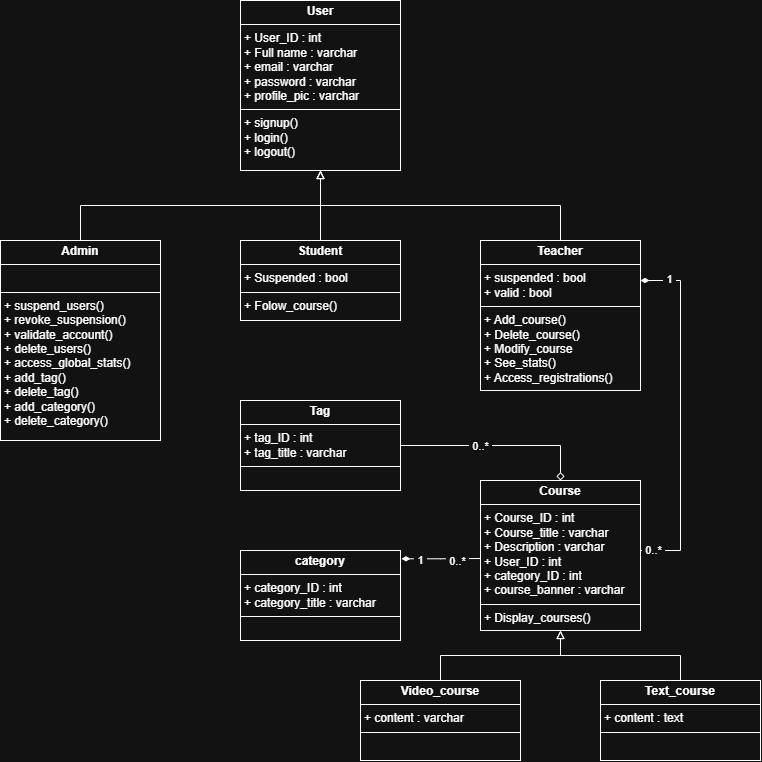
ahmedadlaoui/Youdemy keeps this draw.io diagram as UML.png. Above is the earlier version. Source tidied: cells renumbered, new cells last; positions are measured from the earlier drawing's top-left corner, leaving out a move shared by most shapes.
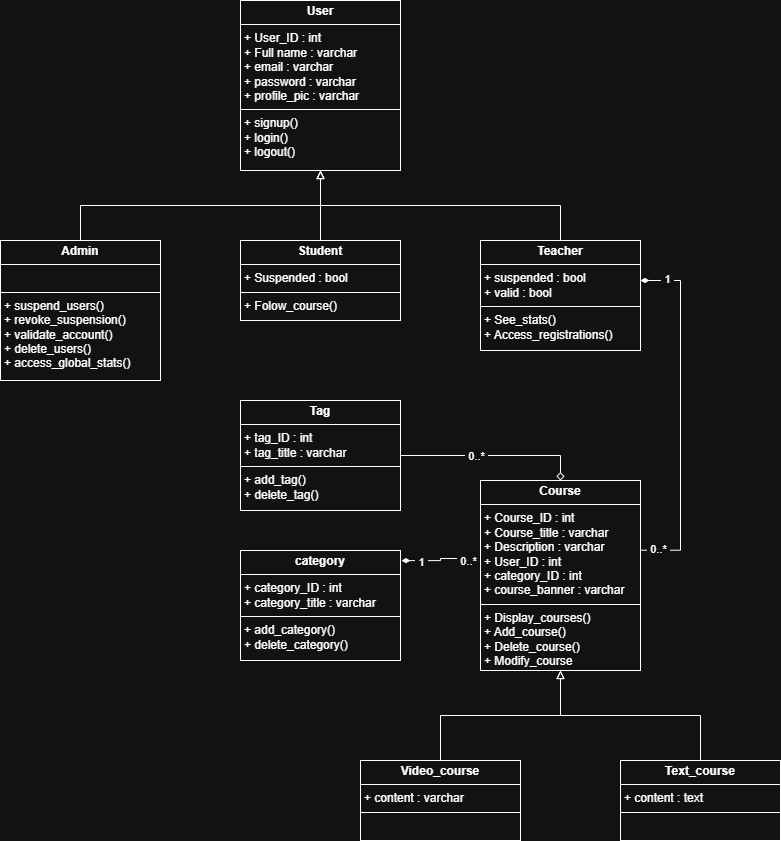
After the commit.

Diff of the diagram source:
```diff
@@ -5,8 +5,8 @@
     <mxCell id="2" style="edgeStyle=orthogonalEdgeStyle;rounded=0;jettySize=auto;html=1;exitX=0.5;exitY=0;exitDx=0;exitDy=0;entryX=0.5;entryY=1;entryDx=0;entryDy=0;endArrow=block;endFill=0;" parent="1" edge="1" source="3" target="16">
       <mxGeometry relative="1" as="geometry" />
     </mxCell>
-    <mxCell id="3" value="&lt;p style=&quot;margin:0px;margin-top:4px;text-align:center;&quot;&gt;&lt;b&gt;Teacher&lt;/b&gt;&lt;/p&gt;&lt;hr size=&quot;1&quot; style=&quot;border-style:solid;&quot;&gt;&lt;p style=&quot;margin:0px;margin-left:4px;&quot;&gt;+ suspended : bool&lt;/p&gt;&lt;p style=&quot;margin:0px;margin-left:4px;&quot;&gt;+ valid : bool&lt;/p&gt;&lt;hr size=&quot;1&quot; style=&quot;border-style:solid;&quot;&gt;&lt;p style=&quot;margin:0px;margin-left:4px;&quot;&gt;+ Add_course()&lt;/p&gt;&lt;p style=&quot;margin:0px;margin-left:4px;&quot;&gt;+ Delete_course()&lt;/p&gt;&lt;p style=&quot;margin:0px;margin-left:4px;&quot;&gt;+ Modify_course&lt;/p&gt;&lt;p style=&quot;margin:0px;margin-left:4px;&quot;&gt;+ See_stats()&lt;/p&gt;&lt;p style=&quot;margin:0px;margin-left:4px;&quot;&gt;+&amp;nbsp;Access_registrations()&lt;/p&gt;" style="verticalAlign=top;align=left;overflow=fill;html=1;whiteSpace=wrap;" parent="1" vertex="1">
-      <mxGeometry x="480" y="240" width="160" height="150" as="geometry" />
+    <mxCell id="3" value="&lt;p style=&quot;margin:0px;margin-top:4px;text-align:center;&quot;&gt;&lt;b&gt;Teacher&lt;/b&gt;&lt;/p&gt;&lt;hr size=&quot;1&quot; style=&quot;border-style:solid;&quot;&gt;&lt;p style=&quot;margin:0px;margin-left:4px;&quot;&gt;+ suspended : bool&lt;/p&gt;&lt;p style=&quot;margin:0px;margin-left:4px;&quot;&gt;+ valid : bool&lt;/p&gt;&lt;hr size=&quot;1&quot; style=&quot;border-style:solid;&quot;&gt;&lt;p style=&quot;margin:0px;margin-left:4px;&quot;&gt;&lt;span style=&quot;background-color: transparent; color: light-dark(rgb(0, 0, 0), rgb(255, 255, 255));&quot;&gt;+ See_stats()&lt;/span&gt;&lt;br&gt;&lt;/p&gt;&lt;p style=&quot;margin:0px;margin-left:4px;&quot;&gt;+&amp;nbsp;Access_registrations()&lt;/p&gt;" style="verticalAlign=top;align=left;overflow=fill;html=1;whiteSpace=wrap;" parent="1" vertex="1">
+      <mxGeometry x="480" y="240" width="160" height="110" as="geometry" />
     </mxCell>
     <mxCell id="4" style="edgeStyle=orthogonalEdgeStyle;rounded=0;jettySize=auto;html=1;exitX=0.5;exitY=0;exitDx=0;exitDy=0;endArrow=block;endFill=0;" parent="1" edge="1" source="5" target="16">
       <mxGeometry relative="1" as="geometry" />
@@ -17,16 +17,15 @@
     <mxCell id="6" style="edgeStyle=orthogonalEdgeStyle;rounded=0;jettySize=auto;html=1;exitX=0.5;exitY=0;exitDx=0;exitDy=0;entryX=0.5;entryY=1;entryDx=0;entryDy=0;endArrow=block;endFill=0;" parent="1" edge="1" source="7" target="16">
       <mxGeometry relative="1" as="geometry" />
     </mxCell>
-    <mxCell id="7" value="&lt;p style=&quot;margin:0px;margin-top:4px;text-align:center;&quot;&gt;&lt;b&gt;Admin&lt;/b&gt;&lt;/p&gt;&lt;hr size=&quot;1&quot; style=&quot;border-style:solid;&quot;&gt;&lt;p style=&quot;margin:0px;margin-left:4px;&quot;&gt;&lt;br&gt;&lt;/p&gt;&lt;hr size=&quot;1&quot; style=&quot;border-style:solid;&quot;&gt;&lt;p style=&quot;margin:0px;margin-left:4px;&quot;&gt;+ suspend_users()&lt;/p&gt;&lt;p style=&quot;margin:0px;margin-left:4px;&quot;&gt;+ revoke_suspension()&lt;/p&gt;&lt;p style=&quot;margin:0px;margin-left:4px;&quot;&gt;+ validate_account()&lt;/p&gt;&lt;p style=&quot;margin:0px;margin-left:4px;&quot;&gt;+ delete_users()&lt;/p&gt;&lt;p style=&quot;margin:0px;margin-left:4px;&quot;&gt;+ access_global_stats()&lt;/p&gt;&lt;p style=&quot;margin:0px;margin-left:4px;&quot;&gt;+ add_tag()&lt;/p&gt;&lt;p style=&quot;margin:0px;margin-left:4px;&quot;&gt;+ delete_tag()&lt;/p&gt;&lt;p style=&quot;margin:0px;margin-left:4px;&quot;&gt;+ add_category()&lt;/p&gt;&lt;p style=&quot;margin:0px;margin-left:4px;&quot;&gt;+ delete_category()&lt;/p&gt;&lt;p style=&quot;margin:0px;margin-left:4px;&quot;&gt;&lt;br&gt;&lt;/p&gt;" style="verticalAlign=top;align=left;overflow=fill;html=1;whiteSpace=wrap;" parent="1" vertex="1">
-      <mxGeometry y="240" width="160" height="200" as="geometry" />
+    <mxCell id="7" value="&lt;p style=&quot;margin:0px;margin-top:4px;text-align:center;&quot;&gt;&lt;b&gt;Admin&lt;/b&gt;&lt;/p&gt;&lt;hr size=&quot;1&quot; style=&quot;border-style:solid;&quot;&gt;&lt;p style=&quot;margin:0px;margin-left:4px;&quot;&gt;&lt;br&gt;&lt;/p&gt;&lt;hr size=&quot;1&quot; style=&quot;border-style:solid;&quot;&gt;&lt;p style=&quot;margin:0px;margin-left:4px;&quot;&gt;+ suspend_users()&lt;/p&gt;&lt;p style=&quot;margin:0px;margin-left:4px;&quot;&gt;+ revoke_suspension()&lt;/p&gt;&lt;p style=&quot;margin:0px;margin-left:4px;&quot;&gt;+ validate_account()&lt;/p&gt;&lt;p style=&quot;margin:0px;margin-left:4px;&quot;&gt;+ delete_users()&lt;/p&gt;&lt;p style=&quot;margin:0px;margin-left:4px;&quot;&gt;+ access_global_stats()&lt;/p&gt;&lt;p style=&quot;margin:0px;margin-left:4px;&quot;&gt;&lt;br&gt;&lt;/p&gt;" style="verticalAlign=top;align=left;overflow=fill;html=1;whiteSpace=wrap;" parent="1" vertex="1">
+      <mxGeometry y="240" width="160" height="140" as="geometry" />
     </mxCell>
-    <mxCell id="8" style="edgeStyle=orthogonalEdgeStyle;rounded=0;jettySize=auto;html=1;exitX=1;exitY=0.5;exitDx=0;exitDy=0;endArrow=diamondThin;endFill=1;" parent="1" edge="1" source="11">
+    <mxCell id="8" style="edgeStyle=orthogonalEdgeStyle;rounded=0;jettySize=auto;html=1;exitX=1.006;exitY=0.367;exitDx=0;exitDy=0;endArrow=diamondThin;endFill=1;exitPerimeter=0;" parent="1" edge="1" source="11">
       <mxGeometry relative="1" as="geometry">
         <mxPoint x="640" y="280" as="targetPoint" />
         <Array as="points">
           <mxPoint x="680" y="550" />
           <mxPoint x="680" y="280" />
-          <mxPoint x="640" y="280" />
         </Array>
       </mxGeometry>
     </mxCell>
@@ -36,8 +35,8 @@
     <mxCell id="10" value="&amp;nbsp;0..*&amp;nbsp;" style="edgeLabel;html=1;align=center;verticalAlign=middle;" parent="8" vertex="1">
       <mxGeometry x="-0.9" y="1" relative="1" as="geometry" />
     </mxCell>
-    <mxCell id="11" value="&lt;p style=&quot;margin:0px;margin-top:4px;text-align:center;&quot;&gt;&lt;b&gt;Course&lt;/b&gt;&lt;/p&gt;&lt;hr size=&quot;1&quot; style=&quot;border-style:solid;&quot;&gt;&lt;p style=&quot;margin:0px;margin-left:4px;&quot;&gt;+ Course_ID : int&lt;/p&gt;&lt;p style=&quot;margin:0px;margin-left:4px;&quot;&gt;+ Course_title : varchar&lt;/p&gt;&lt;p style=&quot;margin:0px;margin-left:4px;&quot;&gt;+ Description : varchar&lt;/p&gt;&lt;p style=&quot;margin:0px;margin-left:4px;&quot;&gt;+ User_ID : int&lt;/p&gt;&lt;p style=&quot;margin:0px;margin-left:4px;&quot;&gt;+ category_ID : int&lt;/p&gt;&lt;p style=&quot;margin:0px;margin-left:4px;&quot;&gt;+ course_banner : varchar&lt;/p&gt;&lt;hr size=&quot;1&quot; style=&quot;border-style:solid;&quot;&gt;&lt;p style=&quot;margin:0px;margin-left:4px;&quot;&gt;+ Display_courses()&lt;/p&gt;" style="verticalAlign=top;align=left;overflow=fill;html=1;whiteSpace=wrap;" parent="1" vertex="1">
-      <mxGeometry x="480" y="480" width="160" height="150" as="geometry" />
+    <mxCell id="11" value="&lt;p style=&quot;margin:0px;margin-top:4px;text-align:center;&quot;&gt;&lt;b&gt;Course&lt;/b&gt;&lt;/p&gt;&lt;hr size=&quot;1&quot; style=&quot;border-style:solid;&quot;&gt;&lt;p style=&quot;margin:0px;margin-left:4px;&quot;&gt;+ Course_ID : int&lt;/p&gt;&lt;p style=&quot;margin:0px;margin-left:4px;&quot;&gt;+ Course_title : varchar&lt;/p&gt;&lt;p style=&quot;margin:0px;margin-left:4px;&quot;&gt;+ Description : varchar&lt;/p&gt;&lt;p style=&quot;margin:0px;margin-left:4px;&quot;&gt;+ User_ID : int&lt;/p&gt;&lt;p style=&quot;margin:0px;margin-left:4px;&quot;&gt;+ category_ID : int&lt;/p&gt;&lt;p style=&quot;margin:0px;margin-left:4px;&quot;&gt;+ course_banner : varchar&lt;/p&gt;&lt;hr size=&quot;1&quot; style=&quot;border-style:solid;&quot;&gt;&lt;p style=&quot;margin:0px;margin-left:4px;&quot;&gt;+ Display_courses()&lt;/p&gt;&lt;p style=&quot;margin: 0px 0px 0px 4px;&quot;&gt;+ Add_course()&lt;/p&gt;&lt;p style=&quot;margin: 0px 0px 0px 4px;&quot;&gt;+ Delete_course()&lt;/p&gt;&lt;p style=&quot;margin: 0px 0px 0px 4px;&quot;&gt;+ Modify_course&lt;/p&gt;" style="verticalAlign=top;align=left;overflow=fill;html=1;whiteSpace=wrap;" parent="1" vertex="1">
+      <mxGeometry x="480" y="480" width="160" height="190" as="geometry" />
     </mxCell>
     <mxCell id="12" style="edgeStyle=orthogonalEdgeStyle;rounded=0;jettySize=auto;html=1;exitX=1.006;exitY=0.092;exitDx=0;exitDy=0;entryX=0;entryY=0.5;entryDx=0;entryDy=0;exitPerimeter=0;startArrow=diamondThin;startFill=1;endArrow=none;endFill=0;" parent="1" edge="1" source="15" target="11">
       <mxGeometry relative="1" as="geometry">
@@ -57,26 +56,26 @@
         <mxPoint x="-13" y="2" as="offset" />
       </mxGeometry>
     </mxCell>
-    <mxCell id="15" value="&lt;p style=&quot;margin:0px;margin-top:4px;text-align:center;&quot;&gt;&lt;b&gt;category&lt;/b&gt;&lt;/p&gt;&lt;hr size=&quot;1&quot; style=&quot;border-style:solid;&quot;&gt;&lt;p style=&quot;margin:0px;margin-left:4px;&quot;&gt;+ category_ID : int&lt;/p&gt;&lt;p style=&quot;margin:0px;margin-left:4px;&quot;&gt;+ category_title : varchar&lt;/p&gt;&lt;hr size=&quot;1&quot; style=&quot;border-style:solid;&quot;&gt;&lt;p style=&quot;margin:0px;margin-left:4px;&quot;&gt;&lt;br&gt;&lt;/p&gt;" style="verticalAlign=top;align=left;overflow=fill;html=1;whiteSpace=wrap;" parent="1" vertex="1">
-      <mxGeometry x="240" y="550" width="160" height="90" as="geometry" />
+    <mxCell id="15" value="&lt;p style=&quot;margin:0px;margin-top:4px;text-align:center;&quot;&gt;&lt;b&gt;category&lt;/b&gt;&lt;/p&gt;&lt;hr size=&quot;1&quot; style=&quot;border-style:solid;&quot;&gt;&lt;p style=&quot;margin:0px;margin-left:4px;&quot;&gt;+ category_ID : int&lt;/p&gt;&lt;p style=&quot;margin:0px;margin-left:4px;&quot;&gt;+ category_title : varchar&lt;/p&gt;&lt;hr size=&quot;1&quot; style=&quot;border-style:solid;&quot;&gt;&lt;p style=&quot;margin: 0px 0px 0px 4px;&quot;&gt;+ add_category()&lt;/p&gt;&lt;p style=&quot;margin: 0px 0px 0px 4px;&quot;&gt;+ delete_category()&lt;/p&gt;&lt;p style=&quot;margin: 0px 0px 0px 4px;&quot;&gt;&lt;br&gt;&lt;/p&gt;" style="verticalAlign=top;align=left;overflow=fill;html=1;whiteSpace=wrap;" parent="1" vertex="1">
+      <mxGeometry x="240" y="550" width="160" height="110" as="geometry" />
     </mxCell>
     <mxCell id="16" value="&lt;p style=&quot;margin:0px;margin-top:4px;text-align:center;&quot;&gt;&lt;b&gt;User&lt;/b&gt;&lt;/p&gt;&lt;hr size=&quot;1&quot; style=&quot;border-style:solid;&quot;&gt;&lt;p style=&quot;margin:0px;margin-left:4px;&quot;&gt;+ User_ID : int&amp;nbsp;&lt;/p&gt;&lt;p style=&quot;margin:0px;margin-left:4px;&quot;&gt;+ Full name : varchar&lt;/p&gt;&lt;p style=&quot;margin:0px;margin-left:4px;&quot;&gt;+ email : varchar&lt;/p&gt;&lt;p style=&quot;margin:0px;margin-left:4px;&quot;&gt;+ password : varchar&lt;/p&gt;&lt;p style=&quot;margin:0px;margin-left:4px;&quot;&gt;&lt;span style=&quot;background-color: transparent; color: light-dark(rgb(0, 0, 0), rgb(255, 255, 255));&quot;&gt;+ profile_pic : varchar&lt;/span&gt;&lt;/p&gt;&lt;hr size=&quot;1&quot; style=&quot;border-style:solid;&quot;&gt;&lt;p style=&quot;margin:0px;margin-left:4px;&quot;&gt;+ signup()&lt;/p&gt;&lt;p style=&quot;margin:0px;margin-left:4px;&quot;&gt;+ login()&lt;/p&gt;&lt;p style=&quot;margin:0px;margin-left:4px;&quot;&gt;+ logout()&lt;/p&gt;" style="verticalAlign=top;align=left;overflow=fill;html=1;whiteSpace=wrap;" parent="1" vertex="1">
       <mxGeometry x="240" width="160" height="170" as="geometry" />
     </mxCell>
-    <mxCell id="17" value="&lt;p style=&quot;margin:0px;margin-top:4px;text-align:center;&quot;&gt;&lt;b&gt;Tag&lt;/b&gt;&lt;/p&gt;&lt;hr size=&quot;1&quot; style=&quot;border-style:solid;&quot;&gt;&lt;p style=&quot;margin:0px;margin-left:4px;&quot;&gt;+ tag_ID : int&lt;/p&gt;&lt;p style=&quot;margin:0px;margin-left:4px;&quot;&gt;+ tag_title : varchar&lt;/p&gt;&lt;hr size=&quot;1&quot; style=&quot;border-style:solid;&quot;&gt;&lt;p style=&quot;margin:0px;margin-left:4px;&quot;&gt;&lt;br&gt;&lt;/p&gt;" style="verticalAlign=top;align=left;overflow=fill;html=1;whiteSpace=wrap;" parent="1" vertex="1">
-      <mxGeometry x="240" y="400" width="160" height="90" as="geometry" />
+    <mxCell id="17" value="&lt;p style=&quot;margin:0px;margin-top:4px;text-align:center;&quot;&gt;&lt;b&gt;Tag&lt;/b&gt;&lt;/p&gt;&lt;hr size=&quot;1&quot; style=&quot;border-style:solid;&quot;&gt;&lt;p style=&quot;margin:0px;margin-left:4px;&quot;&gt;+ tag_ID : int&lt;/p&gt;&lt;p style=&quot;margin:0px;margin-left:4px;&quot;&gt;+ tag_title : varchar&lt;/p&gt;&lt;hr size=&quot;1&quot; style=&quot;border-style:solid;&quot;&gt;&lt;p style=&quot;margin: 0px 0px 0px 4px;&quot;&gt;+ add_tag()&lt;/p&gt;&lt;p style=&quot;margin: 0px 0px 0px 4px;&quot;&gt;+ delete_tag()&lt;/p&gt;" style="verticalAlign=top;align=left;overflow=fill;html=1;whiteSpace=wrap;" parent="1" vertex="1">
+      <mxGeometry x="240" y="400" width="160" height="110" as="geometry" />
     </mxCell>
     <mxCell id="18" style="edgeStyle=orthogonalEdgeStyle;rounded=0;jettySize=auto;html=1;exitX=0.5;exitY=0;exitDx=0;exitDy=0;entryX=0.5;entryY=1;entryDx=0;entryDy=0;endArrow=block;endFill=0;" parent="1" edge="1" source="19" target="11">
       <mxGeometry relative="1" as="geometry" />
     </mxCell>
     <mxCell id="19" value="&lt;p style=&quot;margin:0px;margin-top:4px;text-align:center;&quot;&gt;&lt;b&gt;Text_course&lt;/b&gt;&lt;/p&gt;&lt;hr size=&quot;1&quot; style=&quot;border-style:solid;&quot;&gt;&lt;p style=&quot;margin:0px;margin-left:4px;&quot;&gt;+ content : text&lt;/p&gt;&lt;hr size=&quot;1&quot; style=&quot;border-style:solid;&quot;&gt;&lt;p style=&quot;margin:0px;margin-left:4px;&quot;&gt;&lt;br&gt;&lt;/p&gt;" style="verticalAlign=top;align=left;overflow=fill;html=1;whiteSpace=wrap;" parent="1" vertex="1">
-      <mxGeometry x="600" y="680" width="160" height="80" as="geometry" />
+      <mxGeometry x="620" y="760" width="160" height="80" as="geometry" />
     </mxCell>
     <mxCell id="20" style="edgeStyle=orthogonalEdgeStyle;rounded=0;jettySize=auto;html=1;exitX=0.5;exitY=0;exitDx=0;exitDy=0;entryX=0.5;entryY=1;entryDx=0;entryDy=0;endArrow=block;endFill=0;" parent="1" edge="1" source="21" target="11">
       <mxGeometry relative="1" as="geometry" />
     </mxCell>
     <mxCell id="21" value="&lt;p style=&quot;margin:0px;margin-top:4px;text-align:center;&quot;&gt;&lt;b&gt;Video_course&lt;/b&gt;&lt;/p&gt;&lt;hr size=&quot;1&quot; style=&quot;border-style:solid;&quot;&gt;&lt;p style=&quot;margin:0px;margin-left:4px;&quot;&gt;+ content : varchar&lt;/p&gt;&lt;hr size=&quot;1&quot; style=&quot;border-style:solid;&quot;&gt;&lt;p style=&quot;margin:0px;margin-left:4px;&quot;&gt;&lt;br&gt;&lt;/p&gt;" style="verticalAlign=top;align=left;overflow=fill;html=1;whiteSpace=wrap;" parent="1" vertex="1">
-      <mxGeometry x="360" y="680" width="160" height="80" as="geometry" />
+      <mxGeometry x="360" y="760" width="160" height="80" as="geometry" />
     </mxCell>
     <mxCell id="22" style="edgeStyle=orthogonalEdgeStyle;rounded=0;jettySize=auto;html=1;exitX=1;exitY=0.5;exitDx=0;exitDy=0;entryX=0.5;entryY=0;entryDx=0;entryDy=0;endArrow=diamond;endFill=0;" parent="1" edge="1" source="17" target="11">
       <mxGeometry relative="1" as="geometry" />
```
